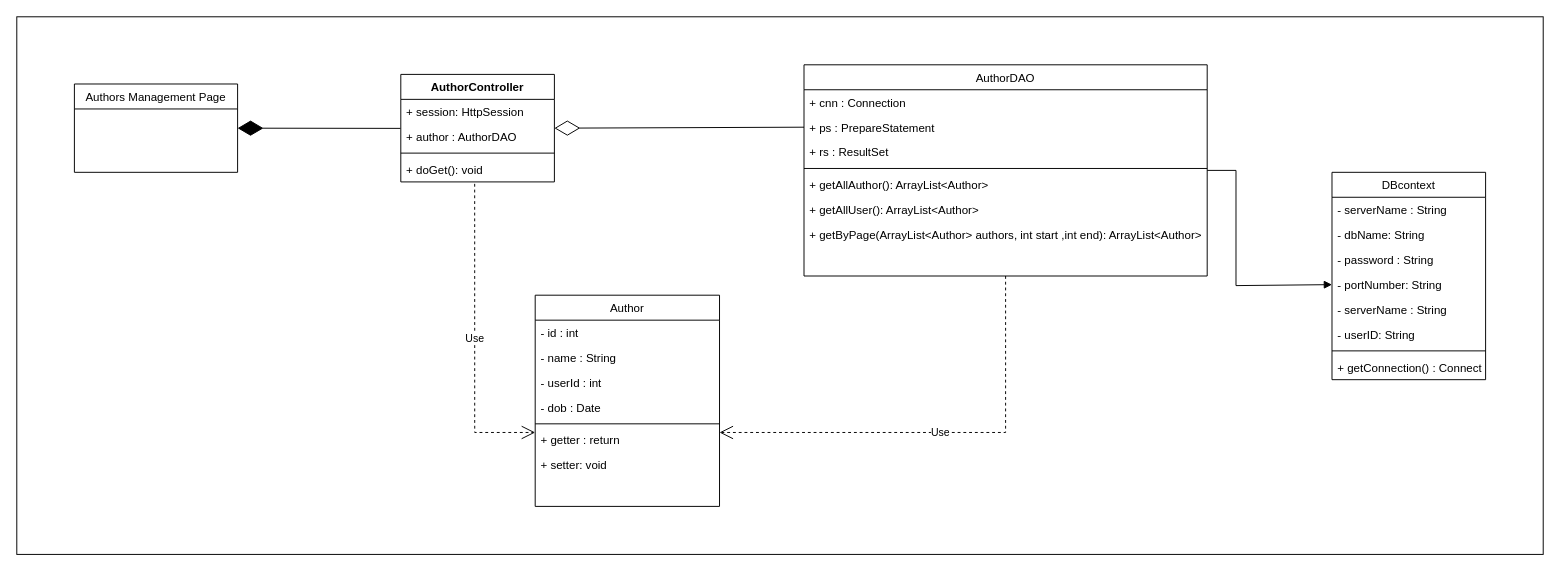
Above: page "Trang-1" (1 of 8) of te3.drawio in baspdd/desktop-tutorial (draw.io), before the change. Source tidied: cells renumbered, new cells numbered last; positions are measured from the earlier drawing's top-left corner, leaving out a move shared by most shapes. Both pictures are drawn from the tidied source at 96%, with x=0, y=0 at pixel (16, 16).
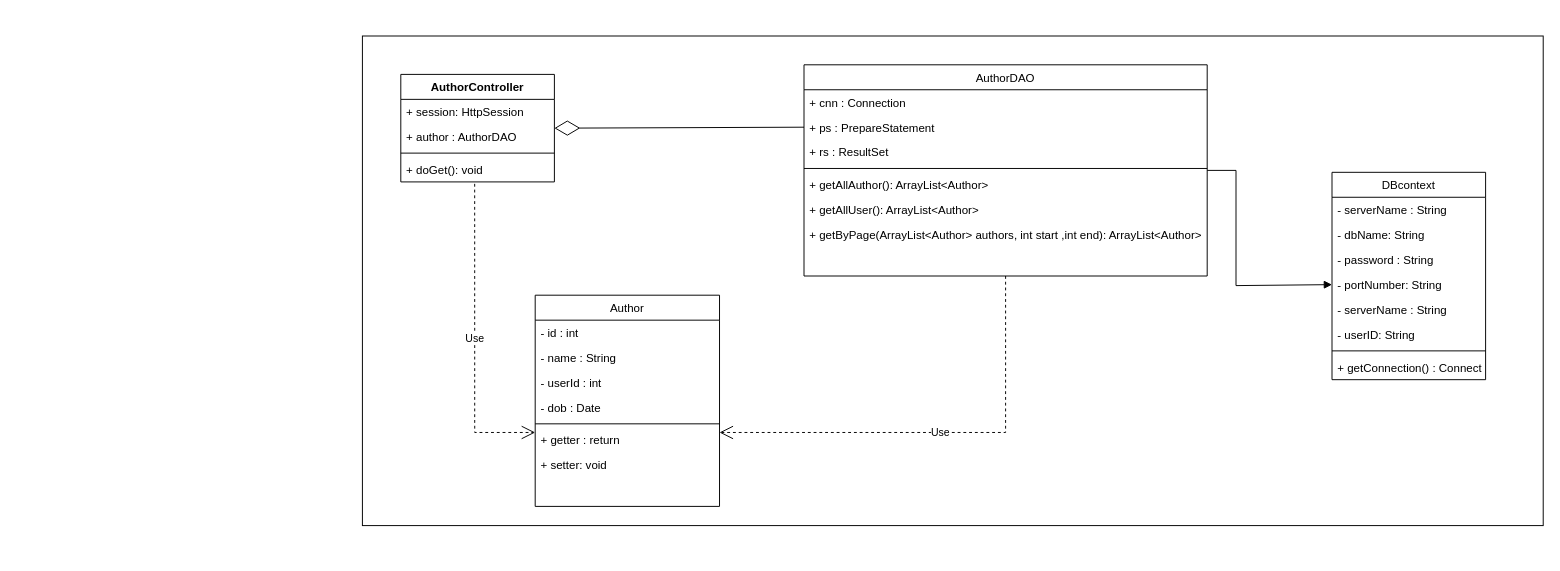
The same page after the edit.

Unchanged cells that the change refers to:
```xml
<mxCell id="5" value="+ author : AuthorDAO" style="text;strokeColor=none;fillColor=none;align=left;verticalAlign=top;spacingLeft=4;spacingRight=4;overflow=hidden;points=[[0,0.5],[1,0.5]];portConstraint=eastwest;" parent="3" vertex="1">
  <mxGeometry y="52" width="160" height="26" as="geometry" />
</mxCell>
```

What changed in the source:
```diff
@@
     <mxCell id="2" style="rounded=0;whiteSpace=wrap;html=1;" parent="1" vertex="1">
-      <mxGeometry width="1590" height="560" as="geometry" />
+      <mxGeometry x="360" y="20" width="1230" height="510" as="geometry" />
     </mxCell>
@@
-    <mxCell id="8" value="Authors Management Page" style="swimlane;fontStyle=0;horizontal=1;startSize=26;fillColor=none;" parent="1" vertex="1">
-      <mxGeometry x="60" y="70" width="170" height="92" as="geometry" />
-    </mxCell>
@@
-    <mxCell id="38" style="endArrow=diamondThin;endFill=1;endSize=24;html=1;rounded=0;entryX=1;entryY=0.5;entryDx=0;entryDy=0;exitX=-0.002;exitY=0.163;exitDx=0;exitDy=0;exitPerimeter=0;" parent="1" edge="1" source="5" target="8">
-      <mxGeometry relative="1" as="geometry" />
-    </mxCell>
```
